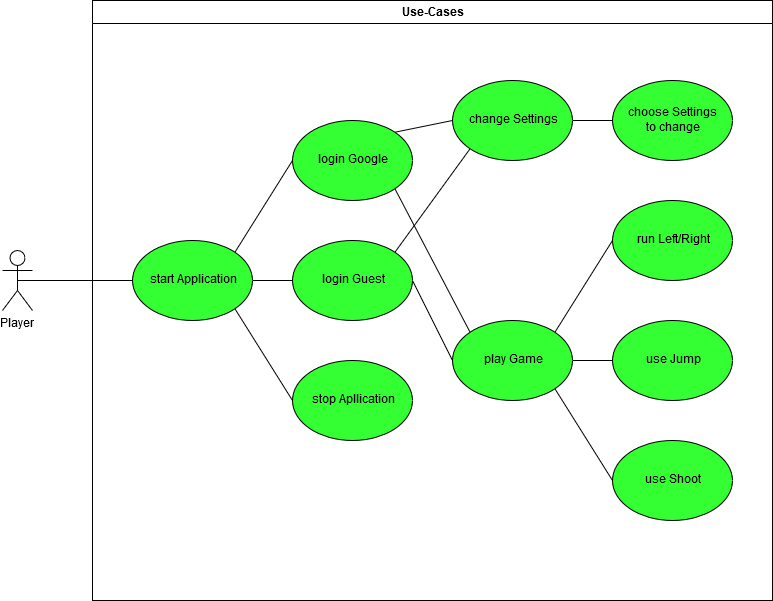
GabrielBalzer/hypercasualgame keeps this draw.io diagram as Use-Case_diagram.png. Above is the earlier version. Source tidied: cells renumbered, new cells last; positions are measured from the earlier drawing's top-left corner, leaving out a move shared by most shapes.
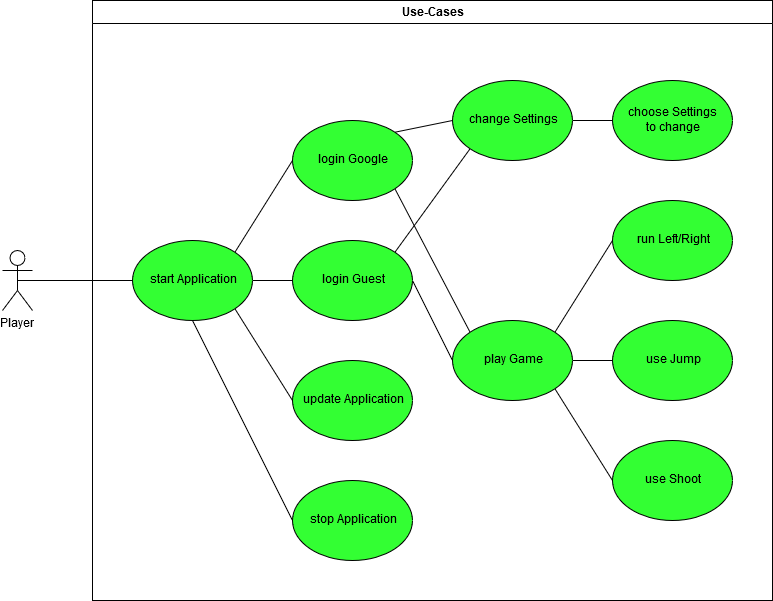
The same file after the commit.

Commit message:
Update  Picture of Use-Case_diagram

Change to the diagram source:
```diff
@@ -14,9 +14,12 @@
     <mxCell id="5" style="edgeStyle=none;rounded=0;jettySize=auto;html=1;exitX=1;exitY=0.5;exitDx=0;exitDy=0;endArrow=none;endFill=0;" parent="4" edge="1" source="7" target="14">
       <mxGeometry relative="1" as="geometry" />
     </mxCell>
-    <mxCell id="6" style="edgeStyle=none;rounded=0;jettySize=auto;html=1;exitX=1;exitY=1;exitDx=0;exitDy=0;entryX=0;entryY=0.5;entryDx=0;entryDy=0;endArrow=none;endFill=0;" parent="4" edge="1" source="7" target="15">
+    <mxCell id="6" style="edgeStyle=none;rounded=0;jettySize=auto;html=1;exitX=0.5;exitY=1;exitDx=0;exitDy=0;entryX=0;entryY=0.5;entryDx=0;entryDy=0;endArrow=none;endFill=0;" parent="4" edge="1" source="7" target="15">
       <mxGeometry relative="1" as="geometry" />
     </mxCell>
+    <mxCell id="26" style="rounded=0;jettySize=auto;html=1;exitX=1;exitY=1;exitDx=0;exitDy=0;entryX=0;entryY=0.5;entryDx=0;entryDy=0;endArrow=none;endFill=0;" parent="4" edge="1" source="7" target="27">
+      <mxGeometry relative="1" as="geometry" />
+    </mxCell>
     <mxCell id="7" value="start Application" style="ellipse;whiteSpace=wrap;html=1;fillColor=#33FF33;" parent="4" vertex="1">
       <mxGeometry x="40" y="240" width="120" height="80" as="geometry" />
     </mxCell>
@@ -41,8 +44,8 @@
     <mxCell id="14" value="login Guest" style="ellipse;whiteSpace=wrap;html=1;fillColor=#33FF33;" parent="4" vertex="1">
       <mxGeometry x="200" y="240" width="120" height="80" as="geometry" />
     </mxCell>
-    <mxCell id="15" value="stop Apllication" style="ellipse;whiteSpace=wrap;html=1;fillColor=#33FF33;" parent="4" vertex="1">
-      <mxGeometry x="200" y="360" width="120" height="80" as="geometry" />
+    <mxCell id="15" value="stop Application" style="ellipse;whiteSpace=wrap;html=1;fillColor=#33FF33;" parent="4" vertex="1">
+      <mxGeometry x="200" y="480" width="120" height="80" as="geometry" />
     </mxCell>
     <mxCell id="16" style="edgeStyle=none;rounded=0;jettySize=auto;html=1;exitX=1;exitY=0.5;exitDx=0;exitDy=0;entryX=0;entryY=0.5;entryDx=0;entryDy=0;endArrow=none;endFill=0;" parent="4" edge="1" source="17" target="22">
       <mxGeometry relative="1" as="geometry" />
@@ -74,5 +77,8 @@
     <mxCell id="25" value="use Shoot" style="ellipse;whiteSpace=wrap;html=1;fillColor=#33FF33;" parent="4" vertex="1">
       <mxGeometry x="520" y="440" width="120" height="80" as="geometry" />
     </mxCell>
+    <mxCell id="27" value="update Application" style="ellipse;whiteSpace=wrap;html=1;fillColor=#33FF33;" parent="4" vertex="1">
+      <mxGeometry x="200" y="360" width="120" height="80" as="geometry" />
+    </mxCell>
   </root>
 </mxGraphModel>
```
